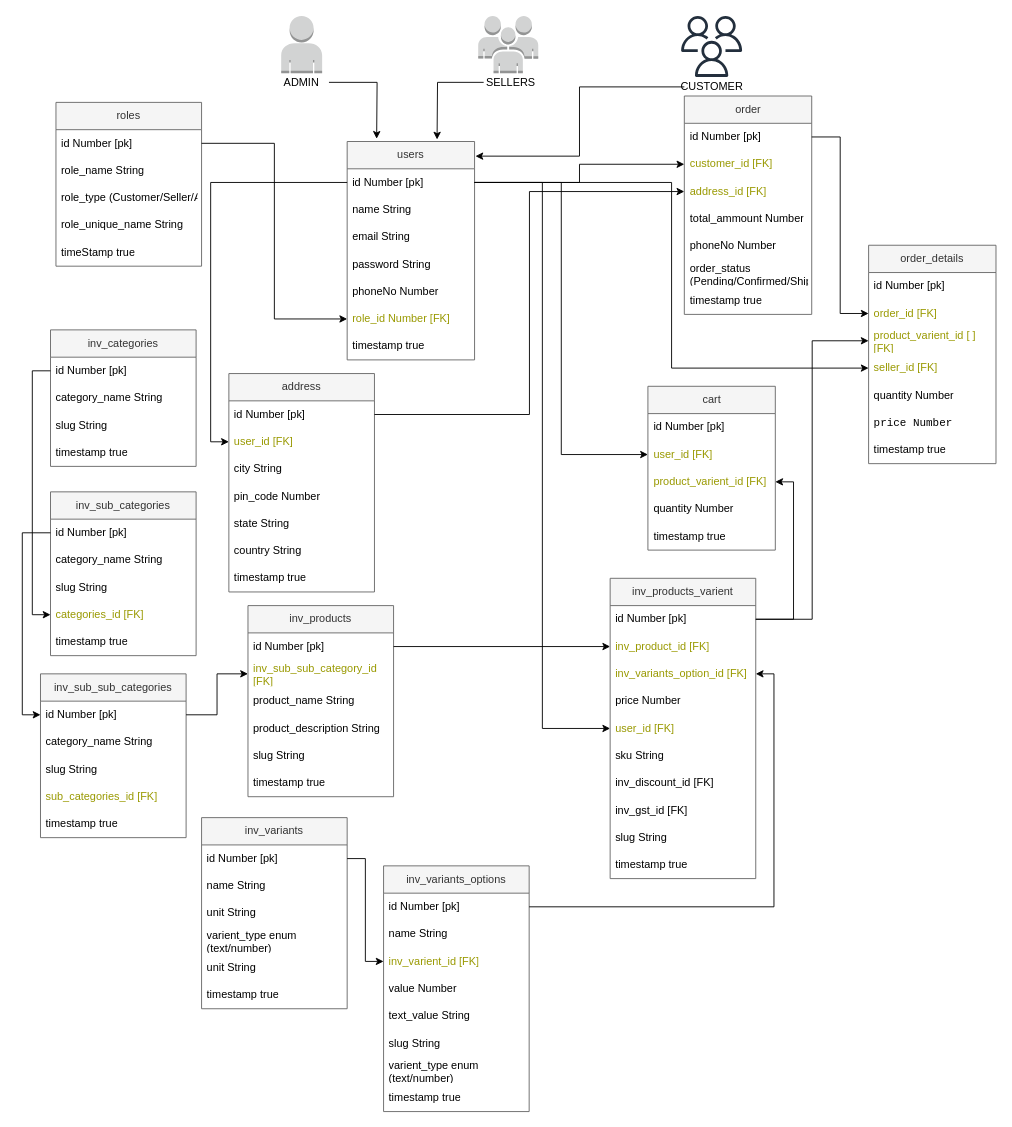
Above: backend/dbDesign.dio in sourav-dut/cartzone (draw.io), before the change. Source tidied: cells renumbered, new cells numbered last; positions are measured from the earlier drawing's top-left corner, leaving out a move shared by most shapes. Both pictures are drawn from the tidied source at 91%, with x=0, y=0 at pixel (40, 15).
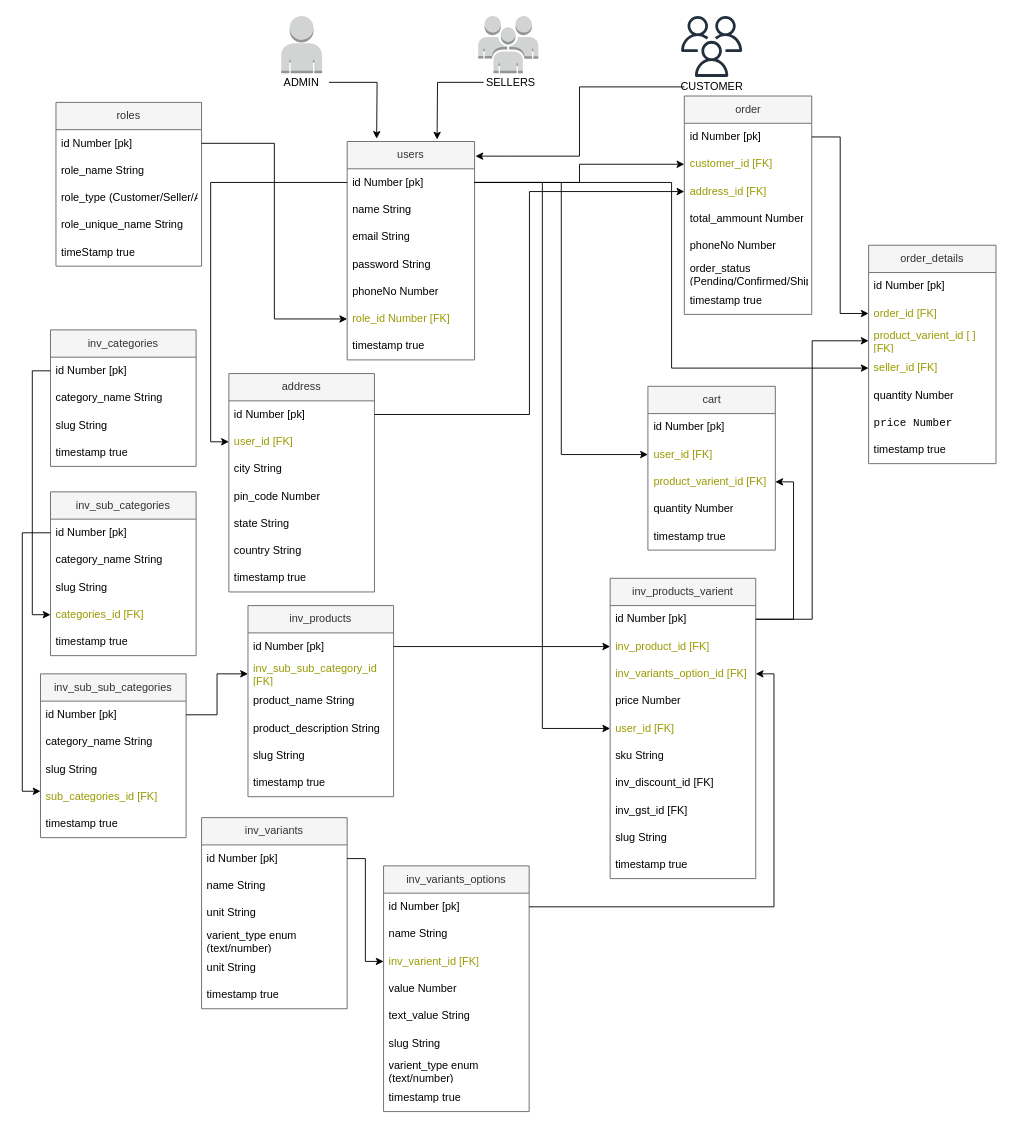
Above is the later version.

The change refers to these unchanged cells:
```xml
<mxCell id="37" value="id Number [pk]" style="text;strokeColor=none;fillColor=none;align=left;verticalAlign=middle;spacingLeft=4;spacingRight=4;overflow=hidden;points=[[0,0.5],[1,0.5]];portConstraint=eastwest;whiteSpace=wrap;html=1;" parent="36" vertex="1">
  <mxGeometry y="30" width="160" height="30" as="geometry" />
</mxCell>
<mxCell id="43" value="id Number [pk]" style="text;strokeColor=none;fillColor=none;align=left;verticalAlign=middle;spacingLeft=4;spacingRight=4;overflow=hidden;points=[[0,0.5],[1,0.5]];portConstraint=eastwest;whiteSpace=wrap;html=1;" parent="42" vertex="1">
  <mxGeometry y="30" width="160" height="30" as="geometry" />
</mxCell>
<mxCell id="46" value="sub_categories_id [FK]" style="text;strokeColor=none;fillColor=none;align=left;verticalAlign=middle;spacingLeft=4;spacingRight=4;overflow=hidden;points=[[0,0.5],[1,0.5]];portConstraint=eastwest;whiteSpace=wrap;html=1;fontColor=#999900;" parent="42" vertex="1">
  <mxGeometry y="120" width="160" height="30" as="geometry" />
</mxCell>
```

The edit, as a diff of the source:
```diff
@@
-    <mxCell id="49" style="edgeStyle=orthogonalEdgeStyle;rounded=0;jettySize=auto;html=1;entryX=0;entryY=0.5;entryDx=0;entryDy=0;" parent="1" edge="1" source="37" target="43">
-      <mxGeometry relative="1" as="geometry" />
+    <mxCell id="49" style="edgeStyle=orthogonalEdgeStyle;rounded=0;jettySize=auto;html=1;" parent="1" edge="1" source="37" target="46">
+      <mxGeometry relative="1" as="geometry">
+        <Array as="points">
+          <mxPoint x="-20" y="568" />
+          <mxPoint x="-20" y="852" />
+        </Array>
+      </mxGeometry>
     </mxCell>
```
